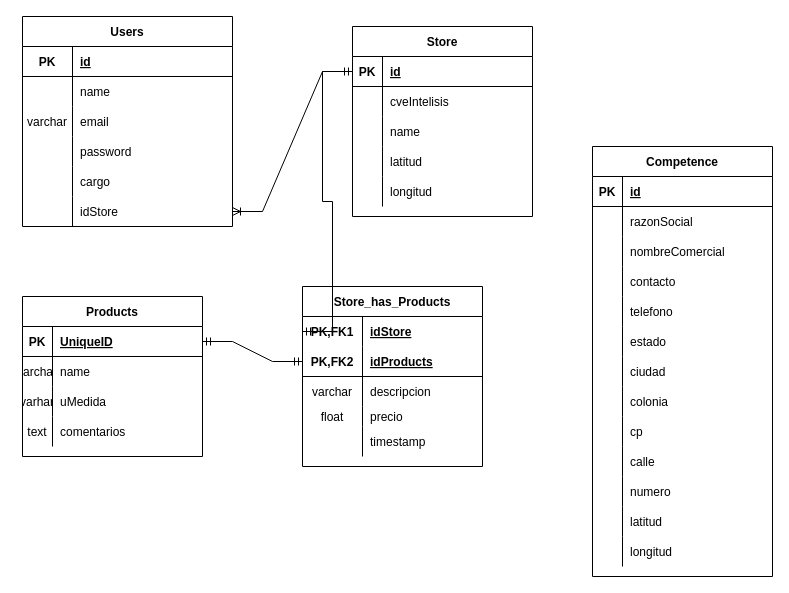
rrpovando/ProyectoDB keeps this draw.io diagram as Proyecto.drawio. Above is the earlier version. Source tidied: cells renumbered, new cells numbered last; positions are measured from the earlier drawing's top-left corner, leaving out a move shared by most shapes. Both pictures are drawn from the tidied source at 100%, with x=0, y=0 at pixel (22, 16).
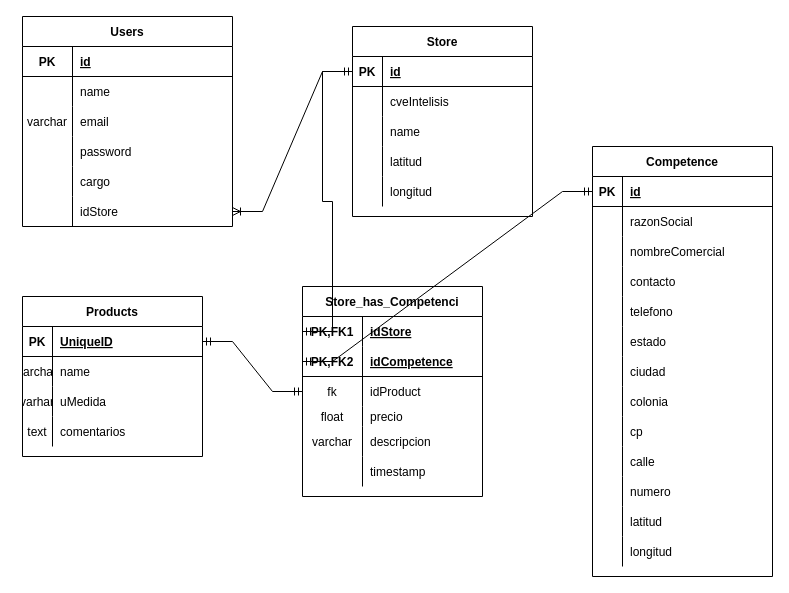
Above is the later version.

The change refers to these unchanged cells:
```xml
<mxCell id="38" style="shape=tableRow;horizontal=0;startSize=0;swimlaneHead=0;swimlaneBody=0;fillColor=none;points=[[0,0.5],[1,0.5]];portConstraint=eastwest;top=0;left=0;right=0;bottom=1;" parent="37" vertex="1">
  <mxGeometry y="30" width="180" height="30" as="geometry" />
</mxCell>
<mxCell id="78" style="shape=tableRow;horizontal=0;startSize=0;swimlaneHead=0;swimlaneBody=0;fillColor=none;points=[[0,0.5],[1,0.5]];portConstraint=eastwest;top=0;left=0;right=0;bottom=1;" parent="77" vertex="1">
  <mxGeometry y="30" width="180" height="30" as="geometry" />
</mxCell>
<mxCell id="95" style="shape=tableRow;horizontal=0;startSize=0;swimlaneHead=0;swimlaneBody=0;fillColor=none;points=[[0,0.5],[1,0.5]];portConstraint=eastwest;top=0;left=0;right=0;bottom=1;" parent="91" vertex="1">
  <mxGeometry y="60" width="180" height="30" as="geometry" />
</mxCell>
<mxCell id="98" style="shape=tableRow;horizontal=0;startSize=0;swimlaneHead=0;swimlaneBody=0;fillColor=none;points=[[0,0.5],[1,0.5]];portConstraint=eastwest;top=0;left=0;right=0;bottom=0;" parent="91" vertex="1">
  <mxGeometry y="90" width="180" height="30" as="geometry" />
</mxCell>
<mxCell id="104" style="shape=tableRow;horizontal=0;startSize=0;swimlaneHead=0;swimlaneBody=0;fillColor=none;top=0;left=0;right=0;bottom=0;" parent="91" vertex="1">
  <mxGeometry y="140" width="180" height="30" as="geometry" />
</mxCell>
```

What changed in the source:
```diff
@@
-    <mxCell id="91" value="Store_has_Products" style="shape=table;startSize=30;childLayout=tableLayout;rowLines=0;fontStyle=1;align=center;" parent="1" vertex="1">
-      <mxGeometry x="280" y="270" width="180" height="180" as="geometry" />
+    <mxCell id="91" value="Store_has_Competenci" style="shape=table;startSize=30;childLayout=tableLayout;rowLines=0;fontStyle=1;align=center;" parent="1" vertex="1">
+      <mxGeometry x="280" y="270" width="180" height="210" as="geometry" />
     </mxCell>
@@
-    <mxCell id="97" value="idProducts" style="shape=partialRectangle;fillColor=none;top=0;left=0;bottom=0;right=0;align=left;spacingLeft=6;fontStyle=5;overflow=hidden;" parent="95" vertex="1">
+    <mxCell id="97" value="idCompetence" style="shape=partialRectangle;fillColor=none;top=0;left=0;bottom=0;right=0;align=left;spacingLeft=6;fontStyle=5;overflow=hidden;" parent="95" vertex="1">
       <mxGeometry x="60" width="120" height="30" as="geometry" />
     </mxCell>
@@
-    <mxCell id="99" value="varchar" style="shape=partialRectangle;fillColor=none;top=0;left=0;bottom=0;right=0;overflow=hidden;" parent="98" vertex="1">
+    <mxCell id="99" value="fk" style="shape=partialRectangle;fillColor=none;top=0;left=0;bottom=0;right=0;overflow=hidden;" parent="98" vertex="1">
       <mxGeometry width="60" height="30" as="geometry" />
     </mxCell>
-    <mxCell id="100" value="descripcion" style="shape=partialRectangle;fillColor=none;top=0;left=0;bottom=0;right=0;align=left;spacingLeft=6;overflow=hidden;" parent="98" vertex="1">
+    <mxCell id="100" value="idProduct" style="shape=partialRectangle;fillColor=none;top=0;left=0;bottom=0;right=0;align=left;spacingLeft=6;overflow=hidden;" parent="98" vertex="1">
       <mxGeometry x="60" width="120" height="30" as="geometry" />
     </mxCell>
@@
-    <mxCell id="105" style="shape=partialRectangle;fillColor=none;top=0;left=0;bottom=0;right=0;overflow=hidden;" parent="104" vertex="1">
+    <mxCell id="105" value="varchar" style="shape=partialRectangle;fillColor=none;top=0;left=0;bottom=0;right=0;overflow=hidden;" parent="104" vertex="1">
       <mxGeometry width="60" height="30" as="geometry" />
     </mxCell>
-    <mxCell id="106" value="timestamp" style="shape=partialRectangle;fillColor=none;top=0;left=0;bottom=0;right=0;align=left;spacingLeft=6;overflow=hidden;" parent="104" vertex="1">
+    <mxCell id="106" value="descripcion" style="shape=partialRectangle;fillColor=none;top=0;left=0;bottom=0;right=0;align=left;spacingLeft=6;overflow=hidden;" parent="104" vertex="1">
       <mxGeometry x="60" width="120" height="30" as="geometry" />
     </mxCell>
+    <mxCell id="109" style="shape=tableRow;horizontal=0;startSize=0;swimlaneHead=0;swimlaneBody=0;fillColor=none;top=0;left=0;right=0;bottom=0;" parent="91" vertex="1">
+      <mxGeometry y="170" width="180" height="30" as="geometry" />
+    </mxCell>
+    <mxCell id="110" style="shape=partialRectangle;fillColor=none;top=0;left=0;bottom=0;right=0;overflow=hidden;" parent="109" vertex="1">
+      <mxGeometry width="60" height="30" as="geometry" />
+    </mxCell>
+    <mxCell id="111" value="timestamp" style="shape=partialRectangle;fillColor=none;top=0;left=0;bottom=0;right=0;align=left;spacingLeft=6;overflow=hidden;" parent="109" vertex="1">
+      <mxGeometry x="60" width="120" height="30" as="geometry" />
+    </mxCell>
-    <mxCell id="107" style="edgeStyle=entityRelationEdgeStyle;fontSize=12;html=1;endArrow=ERmandOne;startArrow=ERmandOne;rounded=0;exitX=1;exitY=0.5;exitDx=0;exitDy=0;entryX=0;entryY=0.5;entryDx=0;entryDy=0;" parent="1" edge="1" source="78" target="95">
+    <mxCell id="107" style="edgeStyle=entityRelationEdgeStyle;fontSize=12;html=1;endArrow=ERmandOne;startArrow=ERmandOne;rounded=0;entryX=0;entryY=0.5;entryDx=0;entryDy=0;" parent="1" edge="1" source="38" target="95">
       <mxGeometry relative="1" as="geometry" />
     </mxCell>
@@
+    <mxCell id="112" style="edgeStyle=entityRelationEdgeStyle;fontSize=12;html=1;endArrow=ERmandOne;startArrow=ERmandOne;rounded=0;entryX=0;entryY=0.5;entryDx=0;entryDy=0;" parent="1" edge="1" source="78" target="98">
+      <mxGeometry relative="1" as="geometry" />
+    </mxCell>
```
